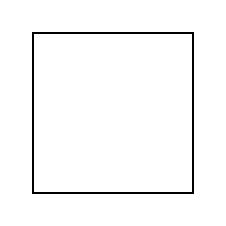
Before: test.drawio in Wbxxx/Draw-architecture-diagram, a draw.io diagram. Source tidied: cells renumbered, new cells numbered last; positions are measured from the earlier drawing's top-left corner, leaving out a move shared by most shapes. Both pictures are drawn from the tidied source at 200%, with x=0, y=0 at pixel (32, 32).
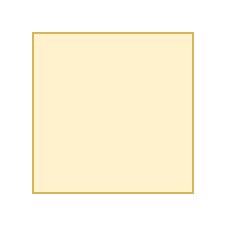
The same page after the edit.

What changed in the source:
```diff
@@
 <mxGraphModel>
   <root>
     <mxCell id="0" />
     <mxCell id="1" parent="0" />
-    <mxCell id="2" style="whiteSpace=wrap;html=1;" parent="1" vertex="1">
+    <mxCell id="2" style="whiteSpace=wrap;html=1;fillColor=#fff2cc;strokeColor=#d6b656;" parent="1" vertex="1">
       <mxGeometry width="80" height="80" as="geometry" />
     </mxCell>
   </root>
 </mxGraphModel>
```
